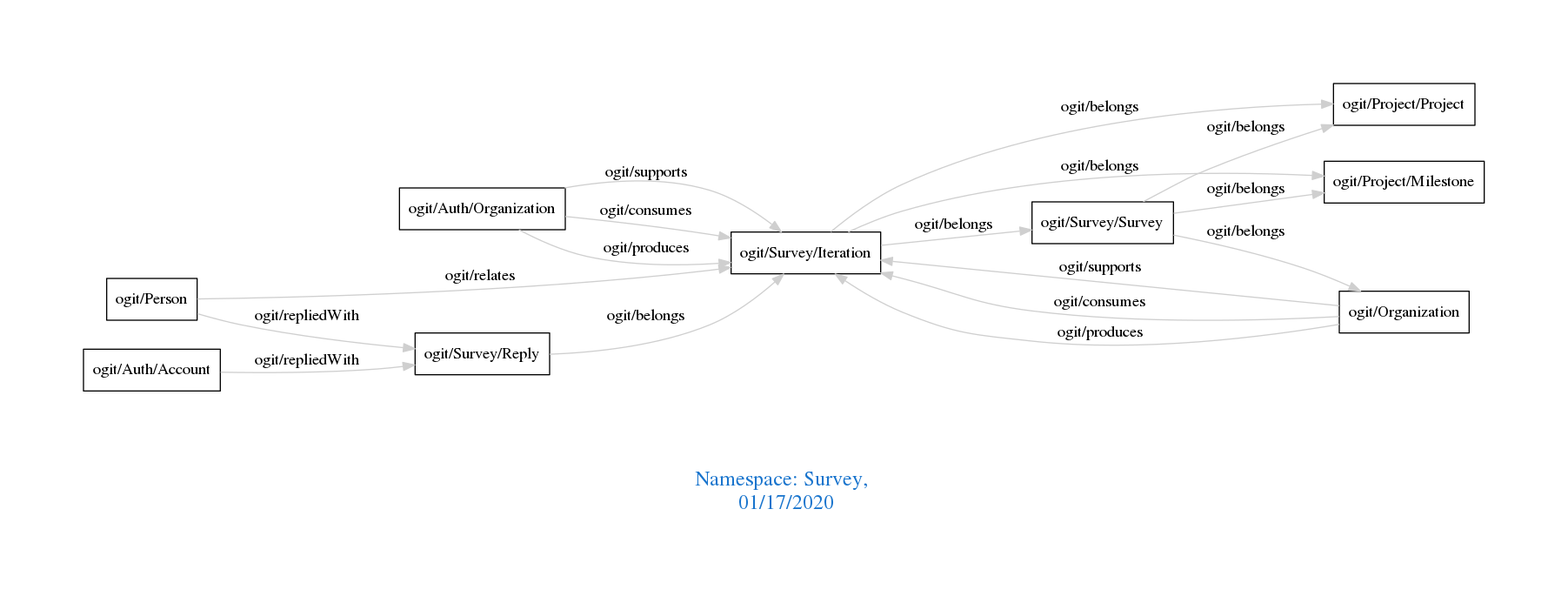
The Graphviz diagram downloads/Survey.png in arago/OGIT, before a commit. Its source is kept beside it as downloads/Survey.dot.
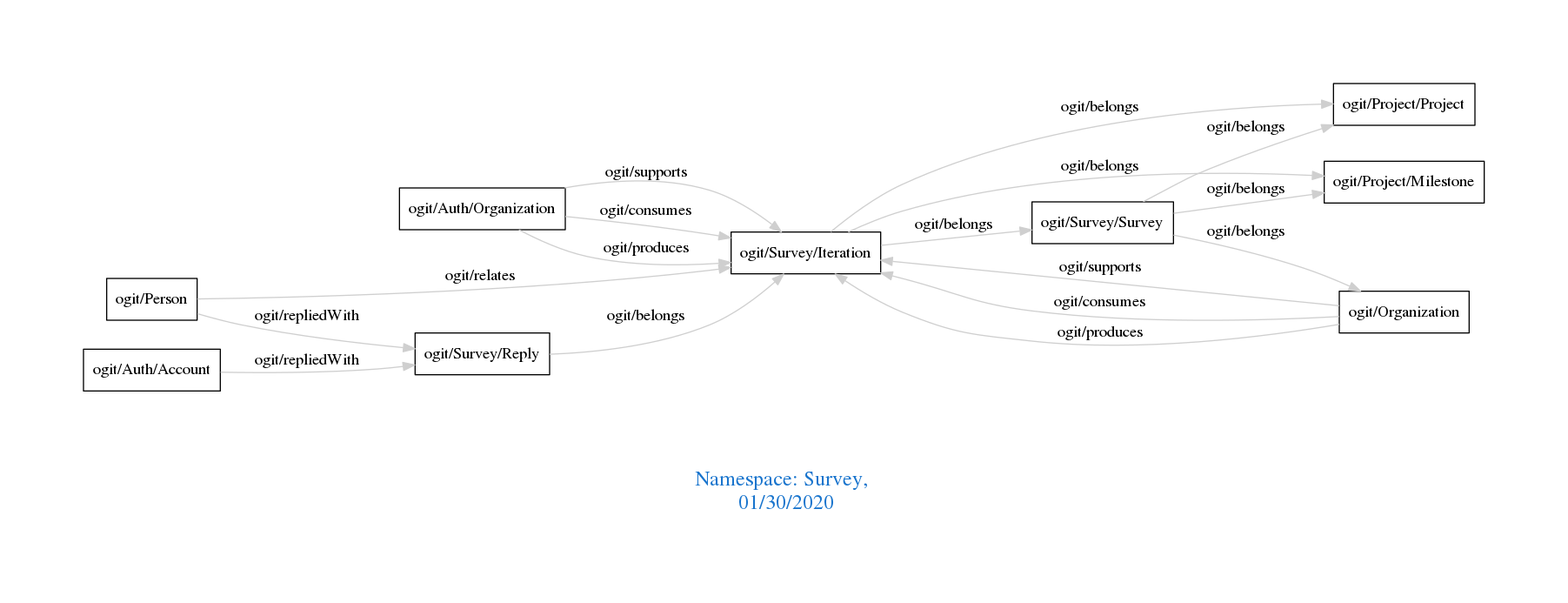
The same diagram one commit later.

Change to the diagram source:
```diff
@@ -1,7 +1,7 @@
 digraph OGIT_ontology {
  graph [ rankdir= LR,pad=1
 fontsize = 18,
-fontcolor= dodgerblue3,label = "\n\n\nNamespace: Survey, \n 01/17/2020"];
+fontcolor= dodgerblue3,label = "\n\n\nNamespace: Survey, \n 01/30/2020"];
 node[shape=polygon];
 edge [  color="gray81"];
 
```
